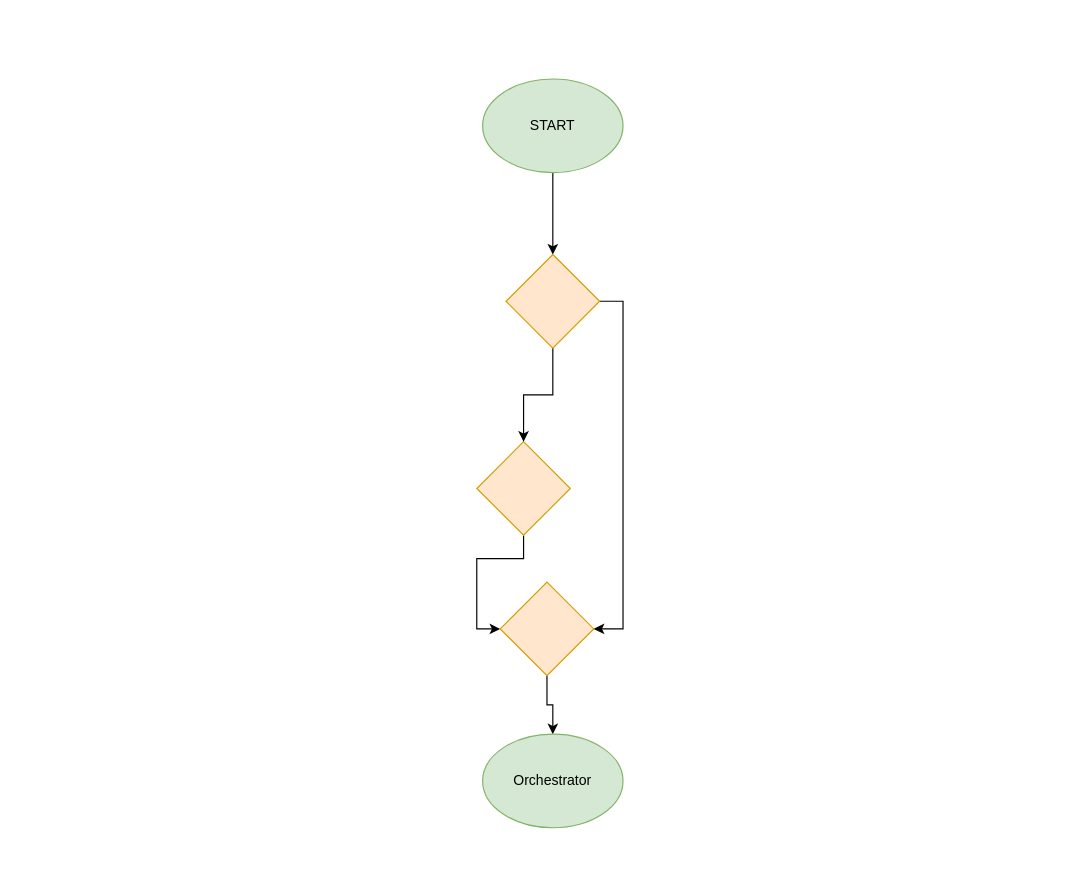
plainionist/Plainion.DrawVista keeps this draw.io diagram as page "TestFailureAnalyzer" (3 of 4) of samples/sample.drawio. Above is the earlier version. Source tidied: cells renumbered, new cells numbered last; positions are measured from the earlier drawing's top-left corner, leaving out a move shared by most shapes. Both pictures are drawn from the tidied source at 117%, with x=0, y=0 at pixel (476, 78).
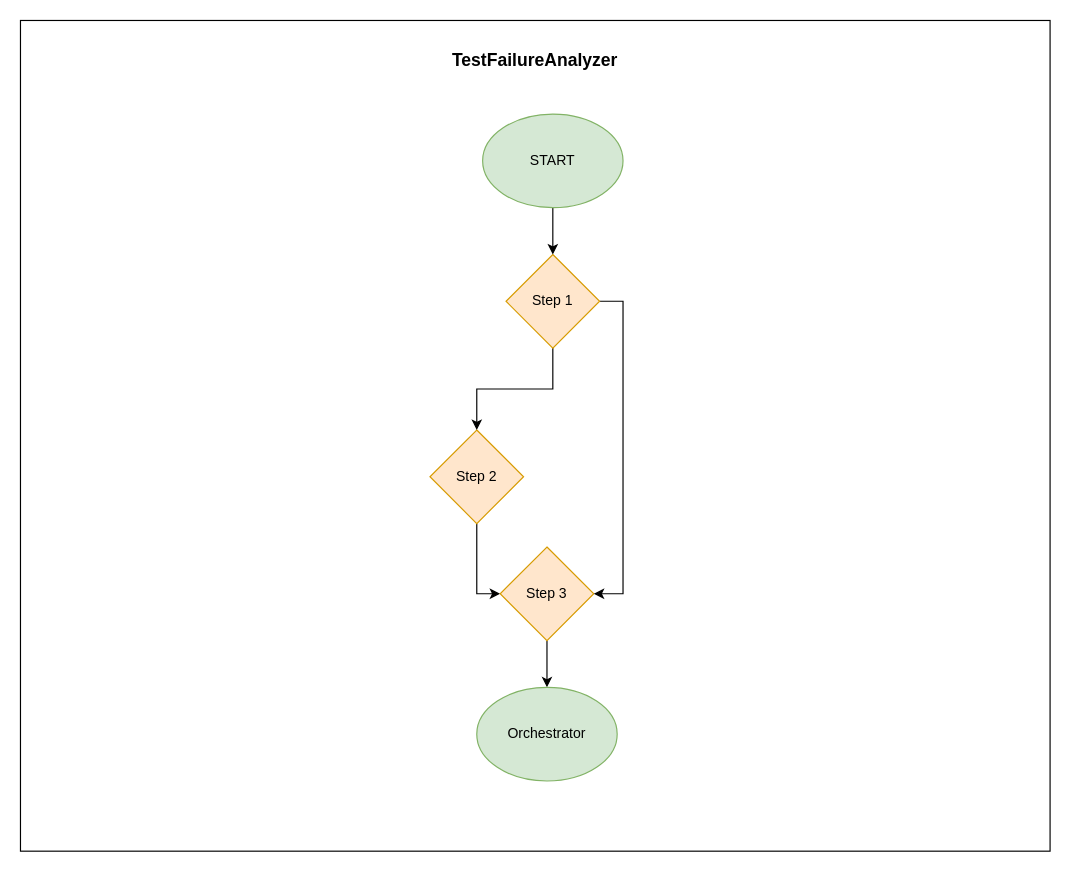
After the change.

The edit, as a diff of the source:
```diff
@@
 <mxGraphModel>
   <root>
     <mxCell id="0" />
     <mxCell id="1" parent="0" />
+    <mxCell id="12" value="&lt;br&gt;TestFailureAnalyzer" style="rounded=0;whiteSpace=wrap;html=1;fontSize=15;fillColor=default;verticalAlign=top;fontStyle=1;" parent="1" vertex="1">
+      <mxGeometry x="-390" y="-50" width="880" height="710" as="geometry" />
+    </mxCell>
     <mxCell id="2" style="edgeStyle=orthogonalEdgeStyle;rounded=0;jettySize=auto;html=1;entryX=0;entryY=0.5;entryDx=0;entryDy=0;" parent="1" edge="1" source="3" target="5">
       <mxGeometry relative="1" as="geometry" />
     </mxCell>
-    <mxCell id="3" style="rhombus;whiteSpace=wrap;html=1;fillColor=#ffe6cc;strokeColor=#d79b00;" parent="1" vertex="1">
-      <mxGeometry y="310" width="80" height="80" as="geometry" />
+    <mxCell id="3" value="Step 2" style="rhombus;whiteSpace=wrap;html=1;fillColor=#ffe6cc;strokeColor=#d79b00;" parent="1" vertex="1">
+      <mxGeometry x="-40" y="300" width="80" height="80" as="geometry" />
     </mxCell>
     <mxCell id="4" style="edgeStyle=orthogonalEdgeStyle;rounded=0;jettySize=auto;html=1;exitX=0.5;exitY=1;exitDx=0;exitDy=0;entryX=0.5;entryY=0;entryDx=0;entryDy=0;" parent="1" edge="1" source="5" target="9">
       <mxGeometry relative="1" as="geometry" />
     </mxCell>
-    <mxCell id="5" style="rhombus;whiteSpace=wrap;html=1;fillColor=#ffe6cc;strokeColor=#d79b00;" parent="1" vertex="1">
-      <mxGeometry x="20" y="430" width="80" height="80" as="geometry" />
+    <mxCell id="5" value="Step 3" style="rhombus;whiteSpace=wrap;html=1;fillColor=#ffe6cc;strokeColor=#d79b00;" parent="1" vertex="1">
+      <mxGeometry x="20" y="400" width="80" height="80" as="geometry" />
     </mxCell>
     <mxCell id="6" style="edgeStyle=orthogonalEdgeStyle;rounded=0;jettySize=auto;html=1;exitX=0.5;exitY=1;exitDx=0;exitDy=0;entryX=0.5;entryY=0;entryDx=0;entryDy=0;" parent="1" edge="1" source="8" target="3">
       <mxGeometry relative="1" as="geometry" />
     </mxCell>
     <mxCell id="7" style="edgeStyle=orthogonalEdgeStyle;rounded=0;jettySize=auto;html=1;exitX=1;exitY=0.5;exitDx=0;exitDy=0;entryX=1;entryY=0.5;entryDx=0;entryDy=0;" parent="1" edge="1" source="8" target="5">
       <mxGeometry relative="1" as="geometry" />
     </mxCell>
-    <mxCell id="8" style="rhombus;whiteSpace=wrap;html=1;fillColor=#ffe6cc;strokeColor=#d79b00;" parent="1" vertex="1">
+    <mxCell id="8" value="Step 1" style="rhombus;whiteSpace=wrap;html=1;fillColor=#ffe6cc;strokeColor=#d79b00;" parent="1" vertex="1">
       <mxGeometry x="25" y="150" width="80" height="80" as="geometry" />
     </mxCell>
     <mxCell id="9" value="Orchestrator" style="ellipse;whiteSpace=wrap;html=1;fillColor=#d5e8d4;strokeColor=#82b366;" parent="1" vertex="1">
-      <mxGeometry x="5" y="560" width="120" height="80" as="geometry" />
+      <mxGeometry y="520" width="120" height="80" as="geometry" />
     </mxCell>
     <mxCell id="10" style="edgeStyle=orthogonalEdgeStyle;rounded=0;jettySize=auto;html=1;entryX=0.5;entryY=0;entryDx=0;entryDy=0;" parent="1" edge="1" source="11" target="8">
       <mxGeometry relative="1" as="geometry" />
     </mxCell>
     <mxCell id="11" value="START" style="ellipse;whiteSpace=wrap;html=1;fillColor=#d5e8d4;strokeColor=#82b366;" parent="1" vertex="1">
-      <mxGeometry x="5" width="120" height="80" as="geometry" />
+      <mxGeometry x="5" y="30" width="120" height="80" as="geometry" />
     </mxCell>
   </root>
 </mxGraphModel>
```
